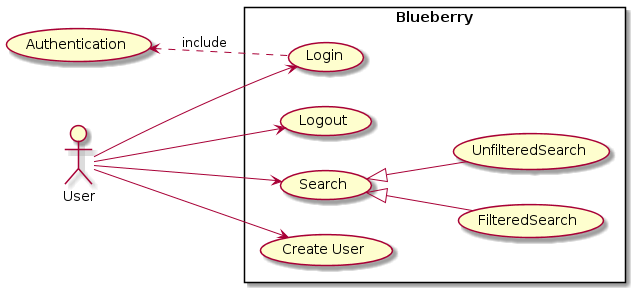
The PlantUML diagram usecase.png in toffernator/blueberry, before a commit. Its diagram source:
```plantuml
@startuml
left to right direction
actor "User" as user
rectangle Blueberry {
  usecase "Create User" as create
  usecase "Login" as login
  usecase "Logout" as logout
  usecase "Search" as search
  usecase "FilteredSearch" as filter
  usecase "UnfilteredSearch" as unfilter
}
usecase "Authentication" as auth

user --> create
user --> login
user --> logout
login -up.> auth : include

user --> search
search <|-- filter
search <|-- unfilter
@enduml
```
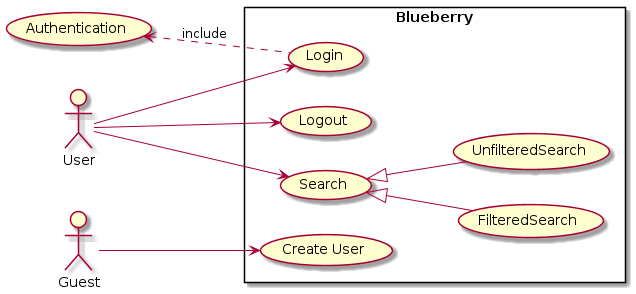
The same file after the commit.

Commit message:
Added guest to diagram

Diff of the diagram source:
```diff
@@ -1,6 +1,7 @@
 @startuml
 left to right direction
 actor "User" as user
+actor "Guest" as guest
 rectangle Blueberry {
   usecase "Create User" as create
   usecase "Login" as login
@@ -11,7 +12,6 @@
 }
 usecase "Authentication" as auth
 
-user --> create
 user --> login
 user --> logout
 login -up.> auth : include
@@ -19,4 +19,6 @@
 user --> search
 search <|-- filter
 search <|-- unfilter
+
+guest --> create
 @enduml
```
